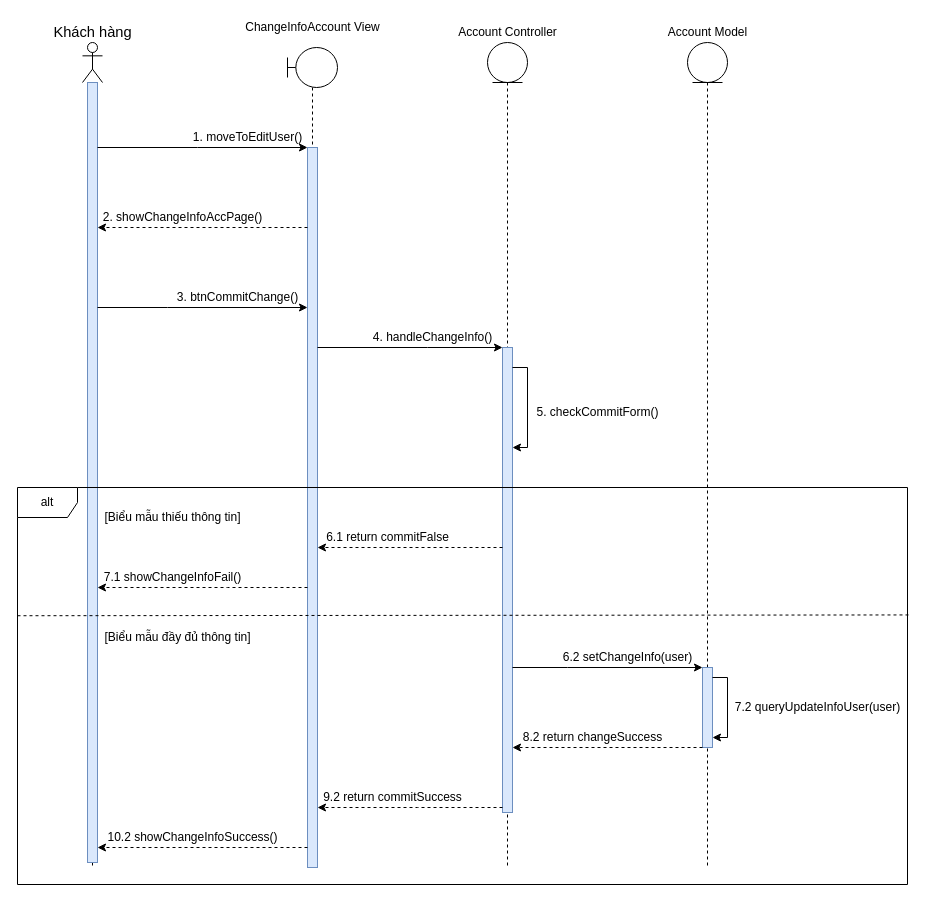
The draw.io diagram Nam3_HK1/CNPM_SoftTech/Sequence Diagrams/Linh Quân/SD_ĐổiThôngTinCáNhân.drawio in EdgarIgnite16/SGU-Course, before the edit. Source tidied: cells renumbered, new cells numbered last; positions are measured from the earlier drawing's top-left corner, leaving out a move shared by most shapes. Both pictures are drawn from the tidied source at 100%, with x=0, y=0 at pixel (17, 17).
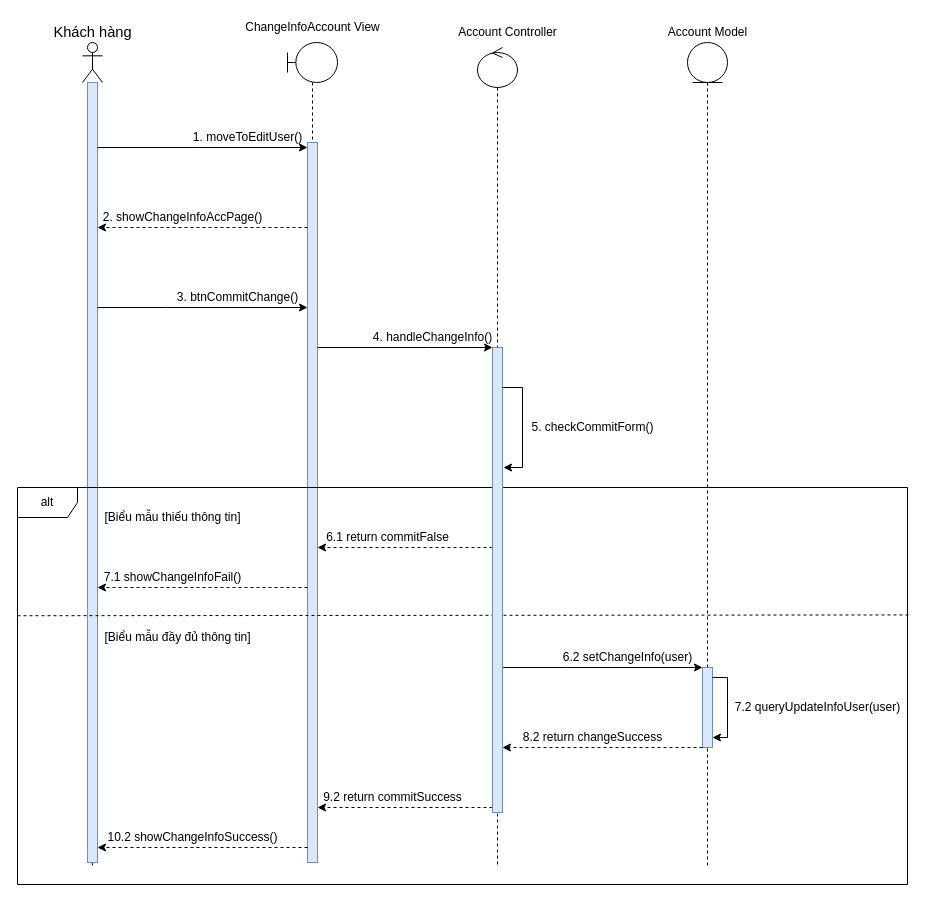
The same diagram, later.

The edit, as a diff of the source:
```diff
@@
     <mxCell id="5" style="shape=umlLifeline;participant=umlBoundary;perimeter=lifelinePerimeter;whiteSpace=wrap;html=1;verticalAlign=top;spacingTop=36;" parent="1" vertex="1">
-      <mxGeometry x="270" y="30" width="50" height="820" as="geometry" />
+      <mxGeometry x="270" y="25" width="50" height="820" as="geometry" />
     </mxCell>
@@
-    <mxCell id="18" style="shape=umlLifeline;participant=umlEntity;perimeter=lifelinePerimeter;whiteSpace=wrap;html=1;verticalAlign=top;spacingTop=36;" parent="1" vertex="1">
-      <mxGeometry x="470" y="25" width="40" height="825" as="geometry" />
-    </mxCell>
-    <mxCell id="19" style="html=1;points=[];perimeter=orthogonalPerimeter;fillColor=#dae8fc;strokeColor=#6c8ebf;" parent="18" vertex="1">
-      <mxGeometry x="15" y="305" width="10" height="465" as="geometry" />
-    </mxCell>
-    <mxCell id="20" style="edgeStyle=orthogonalEdgeStyle;rounded=0;jettySize=auto;html=1;" parent="18" edge="1" source="19">
-      <mxGeometry relative="1" as="geometry">
-        <mxPoint x="25" y="405" as="targetPoint" />
-        <Array as="points">
-          <mxPoint x="40" y="325" />
-          <mxPoint x="40" y="405" />
-        </Array>
-      </mxGeometry>
-    </mxCell>
@@
     <mxCell id="24" value="5. checkCommitForm()" style="text;html=1;align=center;verticalAlign=middle;strokeColor=none;fillColor=none;" parent="1" vertex="1">
-      <mxGeometry x="510" y="385" width="140" height="20" as="geometry" />
+      <mxGeometry x="505" y="400" width="140" height="20" as="geometry" />
     </mxCell>
@@
+    <mxCell id="42" style="shape=umlLifeline;participant=umlControl;perimeter=lifelinePerimeter;whiteSpace=wrap;html=1;verticalAlign=top;spacingTop=36;size=40;" parent="1" vertex="1">
+      <mxGeometry x="460" y="30" width="40" height="820" as="geometry" />
+    </mxCell>
+    <mxCell id="19" style="html=1;points=[];perimeter=orthogonalPerimeter;fillColor=#dae8fc;strokeColor=#6c8ebf;" parent="42" vertex="1">
+      <mxGeometry x="15" y="300" width="10" height="465" as="geometry" />
+    </mxCell>
+    <mxCell id="43" style="edgeStyle=orthogonalEdgeStyle;rounded=0;jettySize=auto;html=1;" parent="42" edge="1" source="19">
+      <mxGeometry relative="1" as="geometry">
+        <mxPoint x="26" y="420" as="targetPoint" />
+        <Array as="points">
+          <mxPoint x="45" y="340" />
+          <mxPoint x="45" y="420" />
+          <mxPoint x="26" y="420" />
+        </Array>
+      </mxGeometry>
+    </mxCell>
```
